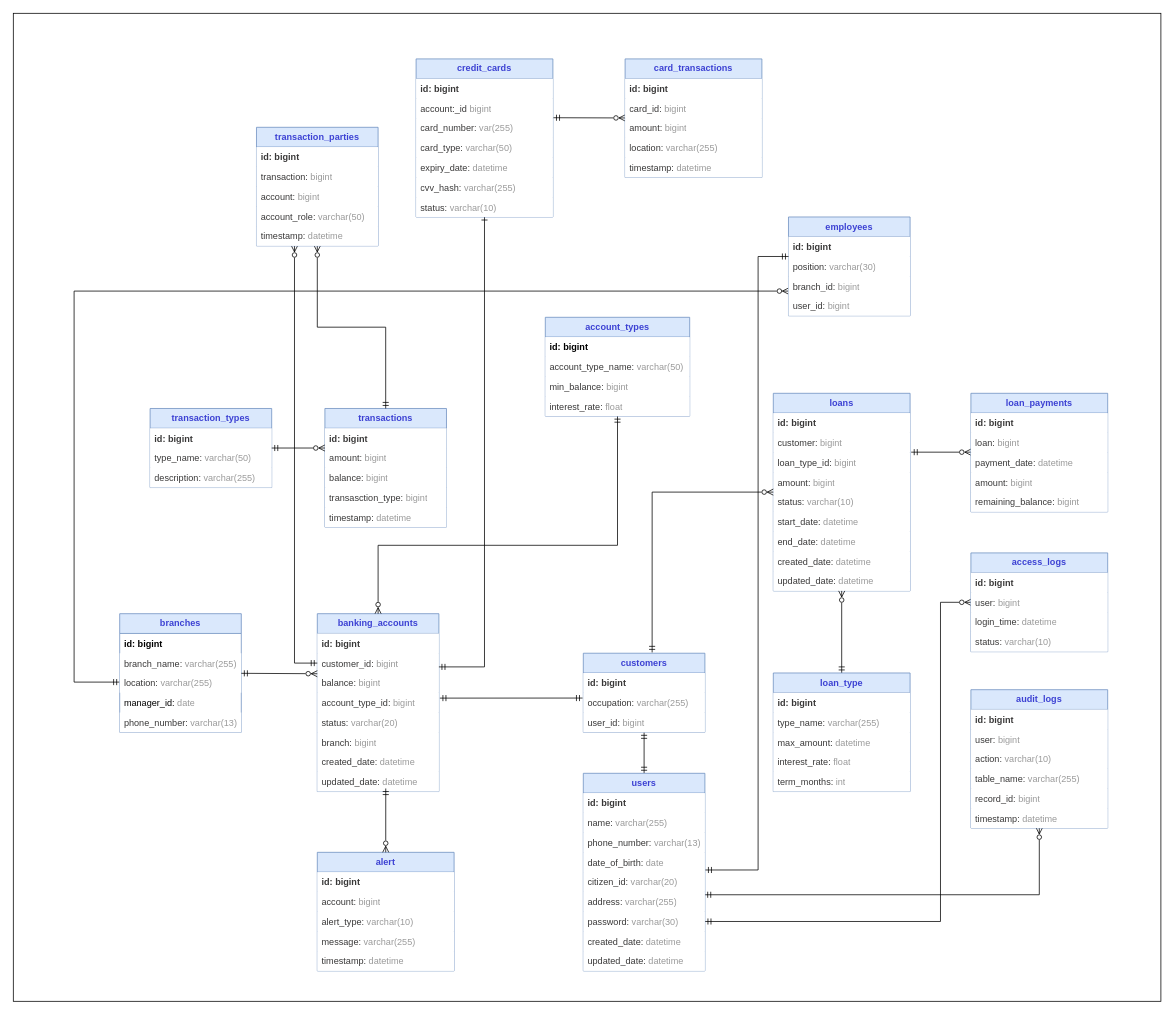
This is banking/database/Banking Diagram.drawio from dhuy00/diagram, a draw.io file, before an edit. Source tidied: cells renumbered, new cells numbered last; positions are measured from the earlier drawing's top-left corner, leaving out a move shared by most shapes. Both pictures are drawn from the tidied source at 76%, with x=0, y=0 at pixel (13, 13).
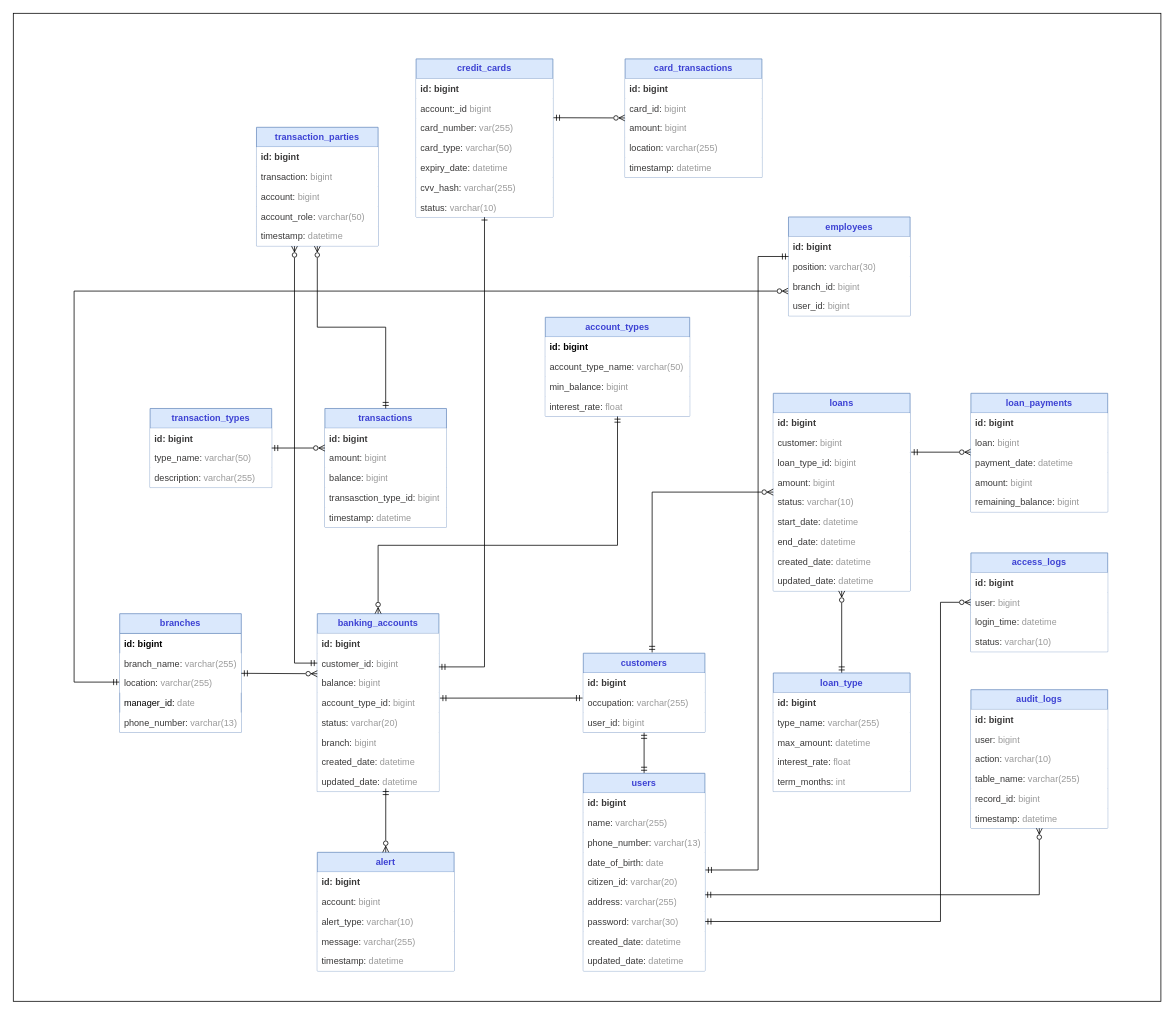
The same page after the edit.

Unchanged cells that the change refers to:
```xml
<mxCell id="23" value="transactions" style="swimlane;fontStyle=1;horizontal=1;startSize=26;fillColor=#dae8fc;whiteSpace=wrap;html=1;strokeColor=#6c8ebf;fontColor=light-dark(#3c41d3, #ededed);" parent="1" vertex="1">
  <mxGeometry x="410" y="520" width="160" height="156" as="geometry" />
</mxCell>
```

The edit, as a diff of the source:
```diff
@@
-    <mxCell id="27" value="transasction_type: &lt;font style=&quot;color: rgb(153, 153, 153);&quot;&gt;bigint&lt;/font&gt;" style="text;strokeColor=none;fillColor=default;align=left;verticalAlign=top;spacingLeft=4;spacingRight=4;overflow=hidden;whiteSpace=wrap;html=1;fontColor=#393838;" parent="23" vertex="1">
+    <mxCell id="27" value="transasction_type_id: &lt;font style=&quot;color: rgb(153, 153, 153);&quot;&gt;bigint&lt;/font&gt;" style="text;strokeColor=none;fillColor=default;align=left;verticalAlign=top;spacingLeft=4;spacingRight=4;overflow=hidden;whiteSpace=wrap;html=1;fontColor=#393838;" parent="23" vertex="1">
       <mxGeometry y="104" width="160" height="26" as="geometry" />
     </mxCell>
```
